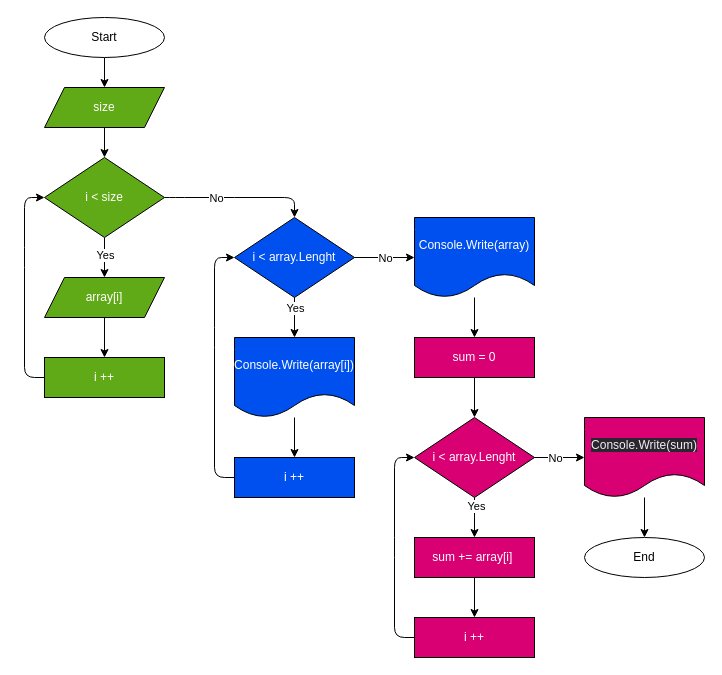
JrClap/Diplom1 keeps this draw.io diagram as task1/diagram.drawio. Above is the earlier version. Source tidied: cells renumbered, new cells numbered last; positions are measured from the earlier drawing's top-left corner, leaving out a move shared by most shapes. Both pictures are drawn from the tidied source at 100%, with x=0, y=0 at pixel (24, 17).
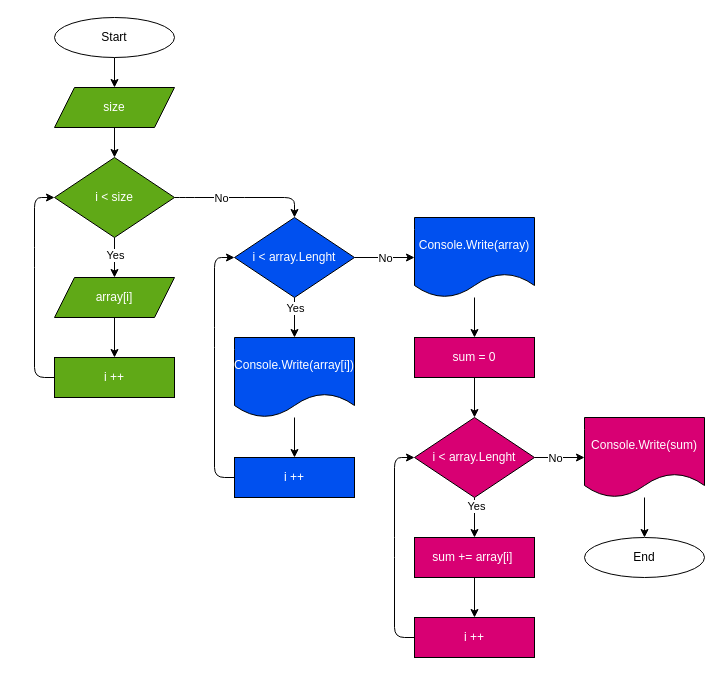
Above is the later version.

Commit message:
Block diagram correction 2

Unchanged cells that the change refers to:
```xml
<mxCell id="19" value="i &amp;lt; array.Lenght" style="rhombus;whiteSpace=wrap;html=1;strokeColor=#000000;fillColor=#0050ef;fontColor=#ffffff;" parent="1" vertex="1">
  <mxGeometry x="210" y="200" width="120" height="80" as="geometry" />
</mxCell>
```

What changed in the source:
```diff
@@
     <mxCell id="3" value="size" style="shape=parallelogram;perimeter=parallelogramPerimeter;whiteSpace=wrap;html=1;fixedSize=1;fillColor=#60a917;fontColor=#ffffff;strokeColor=#000000;" parent="1" vertex="1">
-      <mxGeometry x="20" y="70" width="120" height="40" as="geometry" />
+      <mxGeometry x="30" y="70" width="120" height="40" as="geometry" />
     </mxCell>
@@
     <mxCell id="5" value="Start" style="ellipse;whiteSpace=wrap;html=1;fillColor=#FFFFFF;fontColor=#000000;" parent="1" vertex="1">
-      <mxGeometry x="20" width="120" height="40" as="geometry" />
+      <mxGeometry x="30" width="120" height="40" as="geometry" />
     </mxCell>
@@
     <mxCell id="8" style="edgeStyle=none;html=1;exitX=1;exitY=0.5;exitDx=0;exitDy=0;entryX=0.5;entryY=0;entryDx=0;entryDy=0;" parent="1" edge="1" source="10" target="19">
       <mxGeometry relative="1" as="geometry">
         <Array as="points">
-          <mxPoint x="150" y="180" />
-          <mxPoint x="200" y="180" />
+          <mxPoint x="160" y="180" />
+          <mxPoint x="210" y="180" />
           <mxPoint x="270" y="180" />
         </Array>
       </mxGeometry>
     </mxCell>
@@
     <mxCell id="10" value="i &amp;lt; size" style="rhombus;whiteSpace=wrap;html=1;fillColor=#60a917;fontColor=#ffffff;strokeColor=#000000;" parent="1" vertex="1">
-      <mxGeometry x="20" y="140" width="120" height="80" as="geometry" />
+      <mxGeometry x="30" y="140" width="120" height="80" as="geometry" />
     </mxCell>
@@
     <mxCell id="12" value="array[i]" style="shape=parallelogram;perimeter=parallelogramPerimeter;whiteSpace=wrap;html=1;fixedSize=1;fillColor=#60a917;fontColor=#ffffff;strokeColor=#000000;" parent="1" vertex="1">
-      <mxGeometry x="20" y="260" width="120" height="40" as="geometry" />
+      <mxGeometry x="30" y="260" width="120" height="40" as="geometry" />
     </mxCell>
     <mxCell id="13" style="edgeStyle=none;html=1;exitX=0;exitY=0.5;exitDx=0;exitDy=0;entryX=0;entryY=0.5;entryDx=0;entryDy=0;" parent="1" edge="1" source="14" target="10">
       <mxGeometry relative="1" as="geometry">
         <Array as="points">
-          <mxPoint y="360" />
-          <mxPoint y="240" />
-          <mxPoint y="180" />
+          <mxPoint x="10" y="360" />
+          <mxPoint x="10" y="240" />
+          <mxPoint x="10" y="180" />
         </Array>
       </mxGeometry>
     </mxCell>
     <mxCell id="14" value="i ++" style="rounded=0;whiteSpace=wrap;html=1;fillColor=#60a917;fontColor=#ffffff;strokeColor=#000000;" parent="1" vertex="1">
-      <mxGeometry x="20" y="340" width="120" height="40" as="geometry" />
+      <mxGeometry x="30" y="340" width="120" height="40" as="geometry" />
     </mxCell>
@@
-    <mxCell id="39" value="&lt;span style=&quot;color: rgb(240, 240, 240); font-family: Helvetica; font-size: 12px; font-style: normal; font-variant-ligatures: normal; font-variant-caps: normal; font-weight: 400; letter-spacing: normal; orphans: 2; text-align: center; text-indent: 0px; text-transform: none; widows: 2; word-spacing: 0px; -webkit-text-stroke-width: 0px; background-color: rgb(42, 37, 47); text-decoration-thickness: initial; text-decoration-style: initial; text-decoration-color: initial; float: none; display: inline !important;&quot;&gt;Console.Write(sum)&lt;/span&gt;" style="shape=document;whiteSpace=wrap;html=1;boundedLbl=1;strokeColor=#000000;fillColor=#d80073;fontColor=#ffffff;" parent="1" vertex="1">
+    <mxCell id="39" value="Console.Write(sum)" style="shape=document;whiteSpace=wrap;html=1;boundedLbl=1;strokeColor=#000000;fillColor=#d80073;fontColor=#ffffff;" parent="1" vertex="1">
       <mxGeometry x="560" y="400" width="120" height="80" as="geometry" />
     </mxCell>
```
